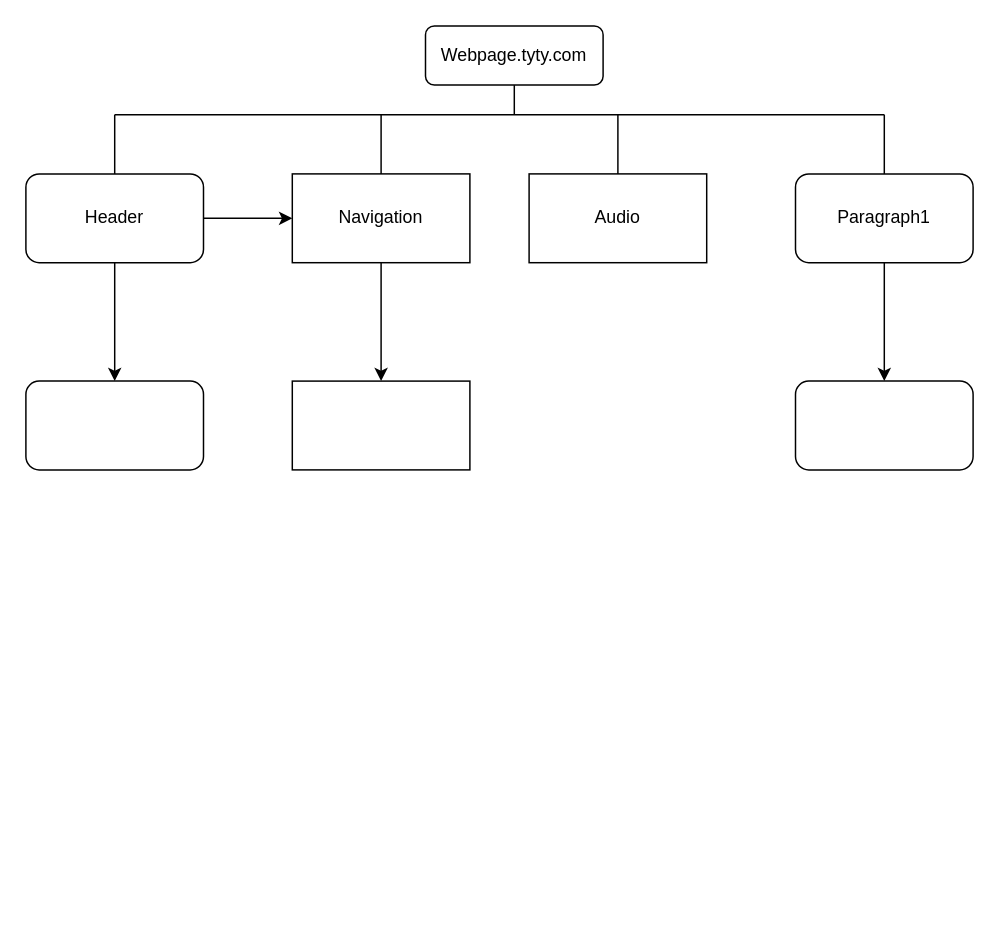
Above: Untitled Diagram.drawio in pilsburryDoughBoi/refresher (draw.io), before the change. Source tidied: cells renumbered, new cells numbered last; positions are measured from the earlier drawing's top-left corner, leaving out a move shared by most shapes. Both pictures are drawn from the tidied source at 148%, with x=0, y=0 at pixel (25, 25).
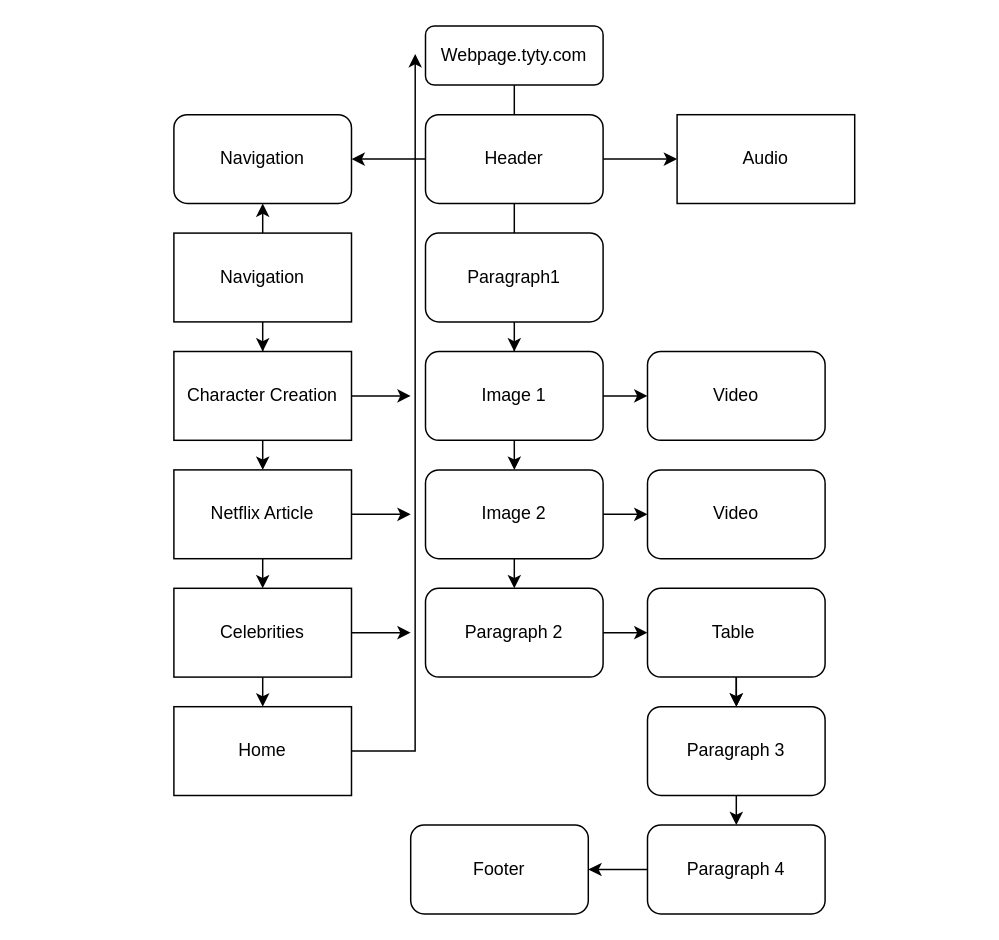
Above is the later version.

The change refers to these unchanged cells:
```xml
<mxCell id="2" value="Webpage.tyty.com" style="rounded=1;whiteSpace=wrap;html=1;fontSize=12;glass=0;strokeWidth=1;shadow=0;" parent="1" vertex="1">
  <mxGeometry x="270" width="120" height="40" as="geometry" />
</mxCell>
```

Diff of the diagram source:
```diff
@@
     <mxCell id="4" value="Paragraph1" style="whiteSpace=wrap;html=1;rounded=1;shadow=0;strokeWidth=1;glass=0;" parent="1" vertex="1">
-      <mxGeometry x="520" y="100" width="120" height="60" as="geometry" />
+      <mxGeometry x="270" y="140" width="120" height="60" as="geometry" />
     </mxCell>
@@
-    <mxCell id="6" style="edgeStyle=orthogonalEdgeStyle;rounded=0;jettySize=auto;html=1;" parent="1" edge="1" source="7" target="9">
-      <mxGeometry relative="1" as="geometry" />
-    </mxCell>
+    <mxCell id="20" style="edgeStyle=orthogonalEdgeStyle;rounded=0;jettySize=auto;html=1;" parent="1" edge="1" source="7" target="10">
+      <mxGeometry relative="1" as="geometry" />
+    </mxCell>
     <mxCell id="7" value="Header" style="rounded=1;whiteSpace=wrap;html=1;" parent="1" vertex="1">
-      <mxGeometry y="100" width="120" height="60" as="geometry" />
+      <mxGeometry x="270" y="60" width="120" height="60" as="geometry" />
     </mxCell>
@@
+    <mxCell id="21" style="edgeStyle=orthogonalEdgeStyle;rounded=0;jettySize=auto;html=1;exitX=0.5;exitY=0;exitDx=0;exitDy=0;entryX=0.5;entryY=1;entryDx=0;entryDy=0;" parent="1" edge="1" source="9" target="17">
+      <mxGeometry relative="1" as="geometry" />
+    </mxCell>
     <mxCell id="9" value="Navigation" style="rounded=0;whiteSpace=wrap;html=1;" parent="1" vertex="1">
-      <mxGeometry x="180" y="100" width="120" height="60" as="geometry" />
+      <mxGeometry x="100" y="140" width="120" height="60" as="geometry" />
     </mxCell>
     <mxCell id="10" value="Audio" style="rounded=0;whiteSpace=wrap;html=1;" parent="1" vertex="1">
-      <mxGeometry x="340" y="100" width="120" height="60" as="geometry" />
+      <mxGeometry x="440" y="60" width="120" height="60" as="geometry" />
     </mxCell>
-    <mxCell id="11" style="endArrow=none;html=1;rounded=0;" parent="1" edge="1">
-      <mxGeometry relative="1" as="geometry">
-        <mxPoint x="60" y="60" as="sourcePoint" />
-        <mxPoint x="580" y="60" as="targetPoint" />
-      </mxGeometry>
-    </mxCell>
     <mxCell id="12" style="endArrow=none;html=1;rounded=0;exitX=0.5;exitY=0;exitDx=0;exitDy=0;" parent="1" edge="1" source="7">
       <mxGeometry relative="1" as="geometry">
-        <mxPoint x="60" y="60" as="targetPoint" />
+        <mxPoint x="330" y="60" as="targetPoint" />
       </mxGeometry>
     </mxCell>
-    <mxCell id="13" style="endArrow=none;html=1;rounded=0;exitX=0.5;exitY=0;exitDx=0;exitDy=0;" parent="1" edge="1" source="4">
-      <mxGeometry relative="1" as="geometry">
-        <mxPoint x="580" y="60" as="targetPoint" />
-      </mxGeometry>
+    <mxCell id="13" style="endArrow=none;html=1;rounded=0;exitX=0.5;exitY=0;exitDx=0;exitDy=0;entryX=0.5;entryY=1;entryDx=0;entryDy=0;" parent="1" edge="1" source="4" target="7">
+      <mxGeometry relative="1" as="geometry" />
     </mxCell>
-    <mxCell id="14" style="endArrow=none;html=1;rounded=0;exitX=0.5;exitY=0;exitDx=0;exitDy=0;" parent="1" edge="1" source="9">
-      <mxGeometry relative="1" as="geometry">
-        <mxPoint x="240" y="60" as="targetPoint" />
-      </mxGeometry>
-    </mxCell>
-    <mxCell id="15" style="endArrow=none;html=1;rounded=0;exitX=0.5;exitY=0;exitDx=0;exitDy=0;" parent="1" edge="1" source="10">
-      <mxGeometry relative="1" as="geometry">
-        <mxPoint x="400" y="60" as="targetPoint" />
-      </mxGeometry>
-    </mxCell>
@@
-    <mxCell id="17" style="whiteSpace=wrap;html=1;rounded=1;" parent="1" vertex="1">
-      <mxGeometry y="240" width="120" height="60" as="geometry" />
+    <mxCell id="17" value="Navigation" style="whiteSpace=wrap;html=1;rounded=1;" parent="1" vertex="1">
+      <mxGeometry x="100" y="60" width="120" height="60" as="geometry" />
     </mxCell>
+    <mxCell id="22" style="edgeStyle=orthogonalEdgeStyle;rounded=0;jettySize=auto;html=1;exitX=1;exitY=0.5;exitDx=0;exitDy=0;" parent="1" edge="1" source="18">
+      <mxGeometry relative="1" as="geometry">
+        <mxPoint x="260" y="250" as="targetPoint" />
+      </mxGeometry>
+    </mxCell>
+    <mxCell id="23" style="edgeStyle=orthogonalEdgeStyle;rounded=0;jettySize=auto;html=1;exitX=0.5;exitY=1;exitDx=0;exitDy=0;entryX=0.5;entryY=0;entryDx=0;entryDy=0;" parent="1" edge="1" source="18" target="35">
+      <mxGeometry relative="1" as="geometry" />
+    </mxCell>
-    <mxCell id="18" style="whiteSpace=wrap;html=1;rounded=0;" parent="1" vertex="1">
-      <mxGeometry x="180" y="240" width="120" height="60" as="geometry" />
+    <mxCell id="18" value="Character Creation" style="whiteSpace=wrap;html=1;rounded=0;" parent="1" vertex="1">
+      <mxGeometry x="100" y="220" width="120" height="60" as="geometry" />
     </mxCell>
+    <mxCell id="24" style="edgeStyle=orthogonalEdgeStyle;rounded=0;jettySize=auto;html=1;exitX=1;exitY=0.5;exitDx=0;exitDy=0;entryX=0;entryY=0.5;entryDx=0;entryDy=0;" parent="1" edge="1" source="19" target="31">
+      <mxGeometry relative="1" as="geometry" />
+    </mxCell>
+    <mxCell id="25" style="edgeStyle=orthogonalEdgeStyle;rounded=0;jettySize=auto;html=1;exitX=0.5;exitY=1;exitDx=0;exitDy=0;entryX=0.5;entryY=0;entryDx=0;entryDy=0;" parent="1" edge="1" source="19" target="28">
+      <mxGeometry relative="1" as="geometry" />
+    </mxCell>
-    <mxCell id="19" style="whiteSpace=wrap;html=1;rounded=1;shadow=0;strokeWidth=1;glass=0;" parent="1" vertex="1">
-      <mxGeometry x="520" y="240" width="120" height="60" as="geometry" />
+    <mxCell id="19" value="Image 1" style="whiteSpace=wrap;html=1;rounded=1;shadow=0;strokeWidth=1;glass=0;" parent="1" vertex="1">
+      <mxGeometry x="270" y="220" width="120" height="60" as="geometry" />
     </mxCell>
+    <mxCell id="26" style="edgeStyle=orthogonalEdgeStyle;rounded=0;jettySize=auto;html=1;exitX=1;exitY=0.5;exitDx=0;exitDy=0;entryX=0;entryY=0.5;entryDx=0;entryDy=0;" parent="1" edge="1" source="28" target="32">
+      <mxGeometry relative="1" as="geometry" />
+    </mxCell>
+    <mxCell id="27" style="edgeStyle=orthogonalEdgeStyle;rounded=0;jettySize=auto;html=1;exitX=0.5;exitY=1;exitDx=0;exitDy=0;entryX=0.5;entryY=0;entryDx=0;entryDy=0;" parent="1" edge="1" source="28" target="30">
+      <mxGeometry relative="1" as="geometry" />
+    </mxCell>
+    <mxCell id="28" value="Image 2" style="whiteSpace=wrap;html=1;rounded=1;shadow=0;strokeWidth=1;glass=0;" parent="1" vertex="1">
+      <mxGeometry x="270" y="300" width="120" height="60" as="geometry" />
+    </mxCell>
+    <mxCell id="29" style="edgeStyle=orthogonalEdgeStyle;rounded=0;jettySize=auto;html=1;exitX=1;exitY=0.5;exitDx=0;exitDy=0;entryX=0;entryY=0.5;entryDx=0;entryDy=0;" parent="1" edge="1" source="30" target="43">
+      <mxGeometry relative="1" as="geometry" />
+    </mxCell>
+    <mxCell id="30" value="Paragraph 2" style="whiteSpace=wrap;html=1;rounded=1;shadow=0;strokeWidth=1;glass=0;" parent="1" vertex="1">
+      <mxGeometry x="270" y="380" width="120" height="60" as="geometry" />
+    </mxCell>
+    <mxCell id="31" value="Video" style="whiteSpace=wrap;html=1;rounded=1;shadow=0;strokeWidth=1;glass=0;" parent="1" vertex="1">
+      <mxGeometry x="420" y="220" width="120" height="60" as="geometry" />
+    </mxCell>
+    <mxCell id="32" value="Video" style="whiteSpace=wrap;html=1;rounded=1;shadow=0;strokeWidth=1;glass=0;" parent="1" vertex="1">
+      <mxGeometry x="420" y="300" width="120" height="60" as="geometry" />
+    </mxCell>
+    <mxCell id="33" style="edgeStyle=orthogonalEdgeStyle;rounded=0;jettySize=auto;html=1;exitX=1;exitY=0.5;exitDx=0;exitDy=0;" parent="1" edge="1" source="35">
+      <mxGeometry relative="1" as="geometry">
+        <mxPoint x="260" y="330" as="targetPoint" />
+      </mxGeometry>
+    </mxCell>
+    <mxCell id="34" style="edgeStyle=orthogonalEdgeStyle;rounded=0;jettySize=auto;html=1;exitX=0.5;exitY=1;exitDx=0;exitDy=0;entryX=0.5;entryY=0;entryDx=0;entryDy=0;" parent="1" edge="1" source="35" target="38">
+      <mxGeometry relative="1" as="geometry" />
+    </mxCell>
+    <mxCell id="35" value="Netflix Article" style="whiteSpace=wrap;html=1;rounded=0;" parent="1" vertex="1">
+      <mxGeometry x="100" y="300" width="120" height="60" as="geometry" />
+    </mxCell>
+    <mxCell id="36" style="edgeStyle=orthogonalEdgeStyle;rounded=0;jettySize=auto;html=1;exitX=1;exitY=0.5;exitDx=0;exitDy=0;" parent="1" edge="1" source="38">
+      <mxGeometry relative="1" as="geometry">
+        <mxPoint x="260" y="410" as="targetPoint" />
+      </mxGeometry>
+    </mxCell>
+    <mxCell id="37" style="edgeStyle=orthogonalEdgeStyle;rounded=0;jettySize=auto;html=1;exitX=0.5;exitY=1;exitDx=0;exitDy=0;entryX=0.5;entryY=0;entryDx=0;entryDy=0;" parent="1" edge="1" source="38" target="40">
+      <mxGeometry relative="1" as="geometry" />
+    </mxCell>
+    <mxCell id="38" value="Celebrities" style="whiteSpace=wrap;html=1;rounded=0;" parent="1" vertex="1">
+      <mxGeometry x="100" y="380" width="120" height="60" as="geometry" />
+    </mxCell>
+    <mxCell id="39" style="edgeStyle=orthogonalEdgeStyle;rounded=0;jettySize=auto;html=1;entryX=-0.058;entryY=0.475;entryDx=0;entryDy=0;entryPerimeter=0;" parent="1" edge="1" source="40" target="2">
+      <mxGeometry relative="1" as="geometry" />
+    </mxCell>
+    <mxCell id="40" value="Home" style="whiteSpace=wrap;html=1;rounded=0;" parent="1" vertex="1">
+      <mxGeometry x="100" y="460" width="120" height="60" as="geometry" />
+    </mxCell>
+    <mxCell id="41" style="edgeStyle=orthogonalEdgeStyle;rounded=0;jettySize=auto;html=1;exitX=0.5;exitY=1;exitDx=0;exitDy=0;entryX=0.5;entryY=0;entryDx=0;entryDy=0;" parent="1" edge="1" source="43">
+      <mxGeometry relative="1" as="geometry">
+        <mxPoint x="480" y="460" as="targetPoint" />
+      </mxGeometry>
+    </mxCell>
+    <mxCell id="42" style="edgeStyle=orthogonalEdgeStyle;rounded=0;jettySize=auto;html=1;exitX=0.5;exitY=1;exitDx=0;exitDy=0;entryX=0.5;entryY=0;entryDx=0;entryDy=0;" parent="1" edge="1" source="43" target="45">
+      <mxGeometry relative="1" as="geometry" />
+    </mxCell>
+    <mxCell id="43" value="Table&amp;nbsp;" style="rounded=1;whiteSpace=wrap;html=1;" parent="1" vertex="1">
+      <mxGeometry x="420" y="380" width="120" height="60" as="geometry" />
+    </mxCell>
+    <mxCell id="44" style="edgeStyle=orthogonalEdgeStyle;rounded=0;jettySize=auto;html=1;exitX=0.5;exitY=1;exitDx=0;exitDy=0;entryX=0.5;entryY=0;entryDx=0;entryDy=0;" parent="1" edge="1" source="45" target="47">
+      <mxGeometry relative="1" as="geometry" />
+    </mxCell>
+    <mxCell id="45" value="Paragraph 3" style="whiteSpace=wrap;html=1;rounded=1;shadow=0;strokeWidth=1;glass=0;" parent="1" vertex="1">
+      <mxGeometry x="420" y="460" width="120" height="60" as="geometry" />
+    </mxCell>
+    <mxCell id="46" style="edgeStyle=orthogonalEdgeStyle;rounded=0;jettySize=auto;html=1;exitX=0;exitY=0.5;exitDx=0;exitDy=0;entryX=1;entryY=0.5;entryDx=0;entryDy=0;" parent="1" edge="1" source="47" target="48">
+      <mxGeometry relative="1" as="geometry" />
+    </mxCell>
+    <mxCell id="47" value="Paragraph 4" style="whiteSpace=wrap;html=1;rounded=1;shadow=0;strokeWidth=1;glass=0;" parent="1" vertex="1">
+      <mxGeometry x="420" y="540" width="120" height="60" as="geometry" />
+    </mxCell>
+    <mxCell id="48" value="Footer" style="whiteSpace=wrap;html=1;rounded=1;shadow=0;strokeWidth=1;glass=0;" parent="1" vertex="1">
+      <mxGeometry x="260" y="540" width="120" height="60" as="geometry" />
+    </mxCell>
```
